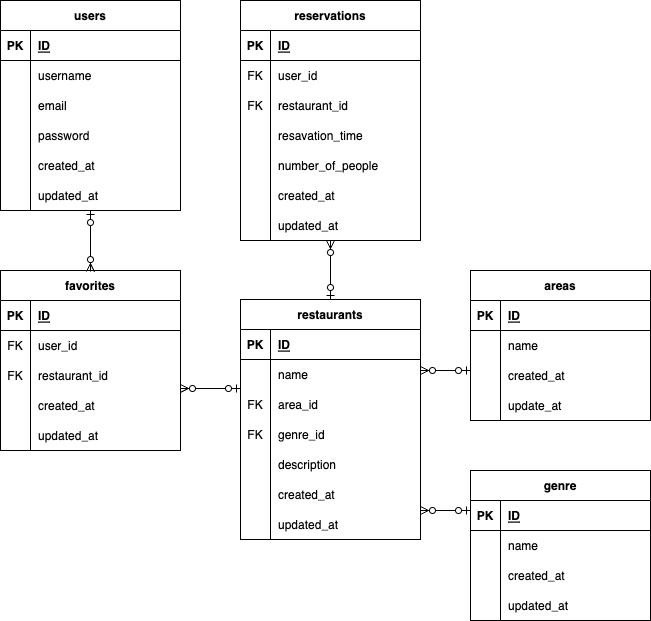
tsugumi-shibata/rese keeps this draw.io diagram as images/rese.drawio.png. Above is the earlier version. Source tidied: cells renumbered, new cells last; positions are measured from the earlier drawing's top-left corner, leaving out a move shared by most shapes.
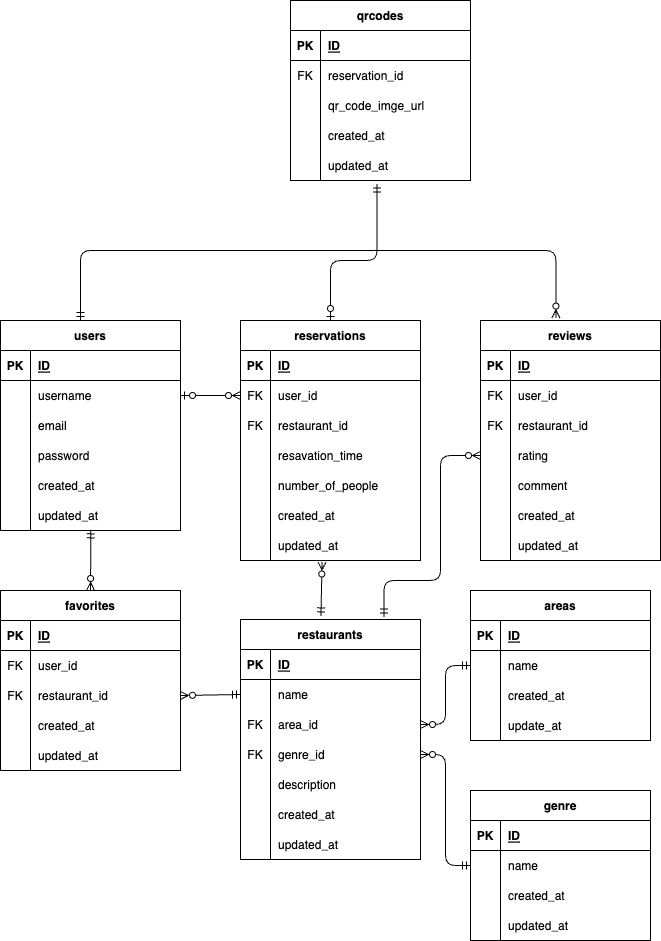
After the change.

The edit, as a diff of the source:
```diff
@@ -317,32 +317,162 @@
     <mxCell id="106" value="update_at" style="shape=partialRectangle;fillColor=none;top=0;left=0;bottom=0;right=0;align=left;spacingLeft=6;overflow=hidden;" parent="104" vertex="1">
       <mxGeometry x="30" width="150" height="30" as="geometry" />
     </mxCell>
-    <mxCell id="107" style="fontSize=12;html=1;endArrow=ERzeroToMany;startArrow=ERzeroToOne;entryX=0.5;entryY=0.006;entryDx=0;entryDy=0;entryPerimeter=0;" parent="1" edge="1" target="21">
-      <mxGeometry relative="1" as="geometry">
-        <mxPoint x="90" y="210" as="sourcePoint" />
-      </mxGeometry>
-    </mxCell>
-    <mxCell id="108" style="fontSize=12;html=1;endArrow=ERzeroToMany;startArrow=ERzeroToOne;entryX=1;entryY=-0.067;entryDx=0;entryDy=0;entryPerimeter=0;" parent="1" edge="1" target="31">
-      <mxGeometry relative="1" as="geometry">
-        <mxPoint x="240" y="388" as="sourcePoint" />
-      </mxGeometry>
-    </mxCell>
-    <mxCell id="109" style="fontSize=12;html=1;endArrow=ERzeroToMany;startArrow=ERzeroToOne;entryX=1;entryY=-0.067;entryDx=0;entryDy=0;entryPerimeter=0;" parent="1" edge="1">
-      <mxGeometry relative="1" as="geometry">
-        <mxPoint x="470" y="370" as="sourcePoint" />
-        <mxPoint x="420" y="370" as="targetPoint" />
-      </mxGeometry>
-    </mxCell>
-    <mxCell id="110" style="fontSize=12;html=1;endArrow=ERzeroToMany;startArrow=ERzeroToOne;" parent="1" edge="1">
-      <mxGeometry relative="1" as="geometry">
-        <mxPoint x="470" y="510" as="sourcePoint" />
-        <mxPoint x="420" y="510" as="targetPoint" />
-      </mxGeometry>
-    </mxCell>
-    <mxCell id="111" style="fontSize=12;html=1;endArrow=ERzeroToMany;startArrow=ERzeroToOne;exitX=0.5;exitY=0;exitDx=0;exitDy=0;" parent="1" edge="1" source="72">
-      <mxGeometry relative="1" as="geometry">
-        <mxPoint x="330" y="240" as="targetPoint" />
-      </mxGeometry>
-    </mxCell>
+    <mxCell id="112" value="reviews" style="shape=table;startSize=30;rowLines=0;fontStyle=1;align=center;swimlaneFillColor=default;" parent="1" vertex="1">
+      <mxGeometry x="480" width="180" height="240" as="geometry" />
+    </mxCell>
+    <mxCell id="113" style="shape=tableRow;horizontal=0;startSize=0;swimlaneHead=0;swimlaneBody=0;fillColor=none;top=0;left=0;right=0;bottom=1;" parent="112" vertex="1">
+      <mxGeometry y="30" width="180" height="30" as="geometry" />
+    </mxCell>
+    <mxCell id="114" value="PK" style="shape=partialRectangle;fillColor=none;top=0;left=0;bottom=0;right=0;fontStyle=1;overflow=hidden;" parent="113" vertex="1">
+      <mxGeometry width="30" height="30" as="geometry" />
+    </mxCell>
+    <mxCell id="115" value="ID" style="shape=partialRectangle;fillColor=none;top=0;left=0;bottom=0;right=0;align=left;spacingLeft=6;fontStyle=5;overflow=hidden;" parent="113" vertex="1">
+      <mxGeometry x="30" width="150" height="30" as="geometry" />
+    </mxCell>
+    <mxCell id="116" style="shape=tableRow;horizontal=0;startSize=0;swimlaneHead=0;swimlaneBody=0;fillColor=none;top=0;left=0;right=0;bottom=0;" parent="112" vertex="1">
+      <mxGeometry y="60" width="180" height="30" as="geometry" />
+    </mxCell>
+    <mxCell id="117" value="FK" style="shape=partialRectangle;fillColor=none;top=0;left=0;bottom=0;right=0;overflow=hidden;" parent="116" vertex="1">
+      <mxGeometry width="30" height="30" as="geometry" />
+    </mxCell>
+    <mxCell id="118" value="user_id" style="shape=partialRectangle;fillColor=none;top=0;left=0;bottom=0;right=0;align=left;spacingLeft=6;overflow=hidden;" parent="116" vertex="1">
+      <mxGeometry x="30" width="150" height="30" as="geometry" />
+    </mxCell>
+    <mxCell id="119" style="shape=tableRow;horizontal=0;startSize=0;swimlaneHead=0;swimlaneBody=0;fillColor=none;top=0;left=0;right=0;bottom=0;" parent="112" vertex="1">
+      <mxGeometry y="90" width="180" height="30" as="geometry" />
+    </mxCell>
+    <mxCell id="120" value="FK" style="shape=partialRectangle;fillColor=none;top=0;left=0;bottom=0;right=0;overflow=hidden;" parent="119" vertex="1">
+      <mxGeometry width="30" height="30" as="geometry" />
+    </mxCell>
+    <mxCell id="121" value="restaurant_id" style="shape=partialRectangle;fillColor=none;top=0;left=0;bottom=0;right=0;align=left;spacingLeft=6;overflow=hidden;" parent="119" vertex="1">
+      <mxGeometry x="30" width="150" height="30" as="geometry" />
+    </mxCell>
+    <mxCell id="122" style="shape=tableRow;horizontal=0;startSize=0;swimlaneHead=0;swimlaneBody=0;fillColor=none;points=[[0,0.5],[1,0.5]];portConstraint=eastwest;top=0;left=0;right=0;bottom=0;" parent="112" vertex="1">
+      <mxGeometry y="120" width="180" height="30" as="geometry" />
+    </mxCell>
+    <mxCell id="123" style="shape=partialRectangle;fillColor=none;top=0;left=0;bottom=0;right=0;overflow=hidden;" parent="122" vertex="1">
+      <mxGeometry width="30" height="30" as="geometry" />
+    </mxCell>
+    <mxCell id="124" value="rating" style="shape=partialRectangle;fillColor=none;top=0;left=0;bottom=0;right=0;align=left;spacingLeft=6;overflow=hidden;" parent="122" vertex="1">
+      <mxGeometry x="30" width="150" height="30" as="geometry" />
+    </mxCell>
+    <mxCell id="125" style="shape=tableRow;horizontal=0;startSize=0;swimlaneHead=0;swimlaneBody=0;fillColor=none;top=0;left=0;right=0;bottom=0;" parent="112" vertex="1">
+      <mxGeometry y="150" width="180" height="30" as="geometry" />
+    </mxCell>
+    <mxCell id="126" style="shape=partialRectangle;fillColor=none;top=0;left=0;bottom=0;right=0;overflow=hidden;" parent="125" vertex="1">
+      <mxGeometry width="30" height="30" as="geometry" />
+    </mxCell>
+    <mxCell id="127" value="comment" style="shape=partialRectangle;fillColor=none;top=0;left=0;bottom=0;right=0;align=left;spacingLeft=6;overflow=hidden;" parent="125" vertex="1">
+      <mxGeometry x="30" width="150" height="30" as="geometry" />
+    </mxCell>
+    <mxCell id="128" style="shape=tableRow;horizontal=0;startSize=0;swimlaneHead=0;swimlaneBody=0;fillColor=none;top=0;left=0;right=0;bottom=0;" parent="112" vertex="1">
+      <mxGeometry y="180" width="180" height="30" as="geometry" />
+    </mxCell>
+    <mxCell id="129" style="shape=partialRectangle;fillColor=none;top=0;left=0;bottom=0;right=0;overflow=hidden;" parent="128" vertex="1">
+      <mxGeometry width="30" height="30" as="geometry" />
+    </mxCell>
+    <mxCell id="130" value="created_at" style="shape=partialRectangle;fillColor=none;top=0;left=0;bottom=0;right=0;align=left;spacingLeft=6;overflow=hidden;" parent="128" vertex="1">
+      <mxGeometry x="30" width="150" height="30" as="geometry" />
+    </mxCell>
+    <mxCell id="131" style="shape=tableRow;horizontal=0;startSize=0;swimlaneHead=0;swimlaneBody=0;fillColor=none;top=0;left=0;right=0;bottom=0;" parent="112" vertex="1">
+      <mxGeometry y="210" width="180" height="30" as="geometry" />
+    </mxCell>
+    <mxCell id="132" style="shape=partialRectangle;fillColor=none;top=0;left=0;bottom=0;right=0;overflow=hidden;" parent="131" vertex="1">
+      <mxGeometry width="30" height="30" as="geometry" />
+    </mxCell>
+    <mxCell id="133" value="updated_at" style="shape=partialRectangle;fillColor=none;top=0;left=0;bottom=0;right=0;align=left;spacingLeft=6;overflow=hidden;" parent="131" vertex="1">
+      <mxGeometry x="30" width="150" height="30" as="geometry" />
+    </mxCell>
+    <mxCell id="134" value="qrcodes" style="shape=table;startSize=30;rowLines=0;fontStyle=1;align=center;swimlaneFillColor=default;" parent="1" vertex="1">
+      <mxGeometry x="290" y="-320" width="180" height="180" as="geometry" />
+    </mxCell>
+    <mxCell id="135" style="shape=tableRow;horizontal=0;startSize=0;swimlaneHead=0;swimlaneBody=0;fillColor=none;top=0;left=0;right=0;bottom=1;" parent="134" vertex="1">
+      <mxGeometry y="30" width="180" height="30" as="geometry" />
+    </mxCell>
+    <mxCell id="136" value="PK" style="shape=partialRectangle;fillColor=none;top=0;left=0;bottom=0;right=0;fontStyle=1;overflow=hidden;" parent="135" vertex="1">
+      <mxGeometry width="30" height="30" as="geometry" />
+    </mxCell>
+    <mxCell id="137" value="ID" style="shape=partialRectangle;fillColor=none;top=0;left=0;bottom=0;right=0;align=left;spacingLeft=6;fontStyle=5;overflow=hidden;" parent="135" vertex="1">
+      <mxGeometry x="30" width="150" height="30" as="geometry" />
+    </mxCell>
+    <mxCell id="138" style="shape=tableRow;horizontal=0;startSize=0;swimlaneHead=0;swimlaneBody=0;fillColor=none;top=0;left=0;right=0;bottom=0;" parent="134" vertex="1">
+      <mxGeometry y="60" width="180" height="30" as="geometry" />
+    </mxCell>
+    <mxCell id="139" value="FK" style="shape=partialRectangle;fillColor=none;top=0;left=0;bottom=0;right=0;overflow=hidden;" parent="138" vertex="1">
+      <mxGeometry width="30" height="30" as="geometry" />
+    </mxCell>
+    <mxCell id="140" value="reservation_id" style="shape=partialRectangle;fillColor=none;top=0;left=0;bottom=0;right=0;align=left;spacingLeft=6;overflow=hidden;" parent="138" vertex="1">
+      <mxGeometry x="30" width="150" height="30" as="geometry" />
+    </mxCell>
+    <mxCell id="141" style="shape=tableRow;horizontal=0;startSize=0;swimlaneHead=0;swimlaneBody=0;fillColor=none;top=0;left=0;right=0;bottom=0;" parent="134" vertex="1">
+      <mxGeometry y="90" width="180" height="30" as="geometry" />
+    </mxCell>
+    <mxCell id="142" style="shape=partialRectangle;fillColor=none;top=0;left=0;bottom=0;right=0;overflow=hidden;" parent="141" vertex="1">
+      <mxGeometry width="30" height="30" as="geometry" />
+    </mxCell>
+    <mxCell id="143" value="qr_code_imge_url" style="shape=partialRectangle;fillColor=none;top=0;left=0;bottom=0;right=0;align=left;spacingLeft=6;overflow=hidden;" parent="141" vertex="1">
+      <mxGeometry x="30" width="150" height="30" as="geometry" />
+    </mxCell>
+    <mxCell id="144" style="shape=tableRow;horizontal=0;startSize=0;swimlaneHead=0;swimlaneBody=0;fillColor=none;top=0;left=0;right=0;bottom=0;" parent="134" vertex="1">
+      <mxGeometry y="120" width="180" height="30" as="geometry" />
+    </mxCell>
+    <mxCell id="145" style="shape=partialRectangle;fillColor=none;top=0;left=0;bottom=0;right=0;overflow=hidden;" parent="144" vertex="1">
+      <mxGeometry width="30" height="30" as="geometry" />
+    </mxCell>
+    <mxCell id="146" value="created_at" style="shape=partialRectangle;fillColor=none;top=0;left=0;bottom=0;right=0;align=left;spacingLeft=6;overflow=hidden;" parent="144" vertex="1">
+      <mxGeometry x="30" width="150" height="30" as="geometry" />
+    </mxCell>
+    <mxCell id="147" style="shape=tableRow;horizontal=0;startSize=0;swimlaneHead=0;swimlaneBody=0;fillColor=none;points=[[0,0.5],[1,0.5]];portConstraint=eastwest;top=0;left=0;right=0;bottom=0;" parent="134" vertex="1">
+      <mxGeometry y="150" width="180" height="30" as="geometry" />
+    </mxCell>
+    <mxCell id="148" style="shape=partialRectangle;fillColor=none;top=0;left=0;bottom=0;right=0;overflow=hidden;" parent="147" vertex="1">
+      <mxGeometry width="30" height="30" as="geometry" />
+    </mxCell>
+    <mxCell id="149" value="updated_at" style="shape=partialRectangle;fillColor=none;top=0;left=0;bottom=0;right=0;align=left;spacingLeft=6;overflow=hidden;" parent="147" vertex="1">
+      <mxGeometry x="30" width="150" height="30" as="geometry" />
+    </mxCell>
+    <mxCell id="150" style="fontSize=12;html=1;endArrow=ERzeroToMany;startArrow=ERzeroToOne;entryX=0;entryY=0.5;entryDx=0;entryDy=0;exitX=1;exitY=0.5;exitDx=0;exitDy=0;" parent="1" edge="1" source="6" target="41">
+      <mxGeometry relative="1" as="geometry" />
+    </mxCell>
+    <mxCell id="151" style="fontSize=12;html=1;endArrow=ERzeroToMany;startArrow=ERmandOne;entryX=0.5;entryY=0;entryDx=0;entryDy=0;exitX=0.502;exitY=0.979;exitDx=0;exitDy=0;exitPerimeter=0;" parent="1" edge="1" source="18" target="21">
+      <mxGeometry relative="1" as="geometry" />
+    </mxCell>
+    <mxCell id="152" style="edgeStyle=orthogonalEdgeStyle;fontSize=12;html=1;endArrow=ERzeroToMany;startArrow=ERmandOne;exitX=0.444;exitY=0;exitDx=0;exitDy=0;exitPerimeter=0;entryX=0.419;entryY=-0.01;entryDx=0;entryDy=0;entryPerimeter=0;" parent="1" edge="1" source="2" target="112">
+      <mxGeometry relative="1" as="geometry">
+        <Array as="points">
+          <mxPoint x="80" y="-70" />
+          <mxPoint x="555" y="-70" />
+        </Array>
+      </mxGeometry>
+    </mxCell>
+    <mxCell id="153" style="fontSize=12;html=1;endArrow=ERzeroToMany;startArrow=ERmandOne;exitX=0.447;exitY=-0.015;exitDx=0;exitDy=0;exitPerimeter=0;entryX=0.453;entryY=1.05;entryDx=0;entryDy=0;entryPerimeter=0;" parent="1" edge="1" source="72" target="56">
+      <mxGeometry relative="1" as="geometry" />
+    </mxCell>
+    <mxCell id="154" style="edgeStyle=orthogonalEdgeStyle;fontSize=12;html=1;endArrow=ERzeroToMany;startArrow=ERmandOne;exitX=0.797;exitY=-0.01;exitDx=0;exitDy=0;exitPerimeter=0;entryX=0;entryY=0.5;entryDx=0;entryDy=0;" parent="1" edge="1" source="72" target="122">
+      <mxGeometry relative="1" as="geometry">
+        <Array as="points">
+          <mxPoint x="384" y="260" />
+          <mxPoint x="440" y="260" />
+          <mxPoint x="440" y="135" />
+        </Array>
+      </mxGeometry>
+    </mxCell>
+    <mxCell id="155" style="fontSize=12;html=1;endArrow=ERzeroToMany;startArrow=ERmandOne;exitX=0;exitY=0.5;exitDx=0;exitDy=0;entryX=1;entryY=0.5;entryDx=0;entryDy=0;" parent="1" edge="1" source="76" target="28">
+      <mxGeometry relative="1" as="geometry" />
+    </mxCell>
+    <mxCell id="156" style="fontSize=12;html=1;endArrow=ERzeroToMany;startArrow=ERmandOne;exitX=0;exitY=0.5;exitDx=0;exitDy=0;entryX=1;entryY=0.5;entryDx=0;entryDy=0;edgeStyle=orthogonalEdgeStyle;" parent="1" edge="1" source="98" target="79">
+      <mxGeometry relative="1" as="geometry" />
+    </mxCell>
+    <mxCell id="157" style="edgeStyle=orthogonalEdgeStyle;fontSize=12;html=1;endArrow=ERzeroToMany;startArrow=ERmandOne;exitX=0;exitY=0.5;exitDx=0;exitDy=0;entryX=1;entryY=0.5;entryDx=0;entryDy=0;" parent="1" edge="1" source="63" target="82">
+      <mxGeometry relative="1" as="geometry" />
+    </mxCell>
+    <mxCell id="158" style="fontSize=12;html=1;endArrow=ERzeroToOne;startArrow=ERmandOne;entryX=0.5;entryY=0;entryDx=0;entryDy=0;exitX=0.481;exitY=1.117;exitDx=0;exitDy=0;exitPerimeter=0;edgeStyle=orthogonalEdgeStyle;" parent="1" edge="1" source="147" target="37">
+      <mxGeometry relative="1" as="geometry">
+        <Array as="points">
+          <mxPoint x="377" y="-60" />
+          <mxPoint x="330" y="-60" />
+        </Array>
+      </mxGeometry>
+    </mxCell>
   </root>
 </mxGraphModel>
```
